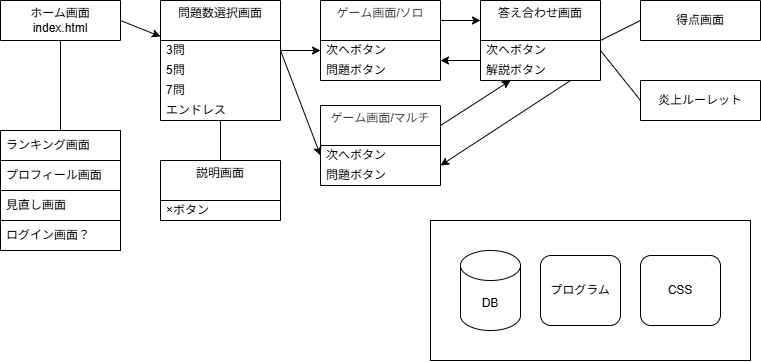
Before: diagram.drawio.png, a diagram exported from draw.io (Mii226-bit/FakeNewsGame). Source tidied: cells renumbered, new cells last; positions are measured from the earlier drawing's top-left corner, leaving out a move shared by most shapes.
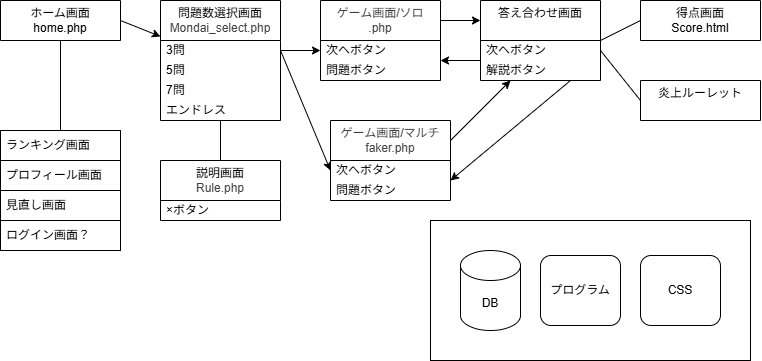
Later version of the same file.

Change to the diagram source:
```diff
@@ -5,10 +5,10 @@
     <mxCell id="2" style="edgeStyle=none;html=1;exitX=1;exitY=0.5;exitDx=0;exitDy=0;fontFamily=Helvetica;fontSize=12;fontColor=default;" parent="1" edge="1" source="3" target="4">
       <mxGeometry relative="1" as="geometry" />
     </mxCell>
-    <mxCell id="3" value="ホーム画面&lt;div&gt;index.html&lt;/div&gt;" style="swimlane;fontStyle=0;horizontal=1;startSize=40;whiteSpace=wrap;html=1;" parent="1" vertex="1" collapsed="1">
+    <mxCell id="3" value="ホーム画面&lt;div&gt;home.php&lt;/div&gt;" style="swimlane;fontStyle=0;horizontal=1;startSize=40;whiteSpace=wrap;html=1;" parent="1" vertex="1" collapsed="1">
       <mxGeometry width="120" height="40" as="geometry" />
     </mxCell>
-    <mxCell id="4" value="問題数選択画面&lt;div style=&quot;color: rgb(63, 63, 63); scrollbar-color: rgb(226, 226, 226) rgb(251, 251, 251);&quot;&gt;&lt;br style=&quot;color: rgb(63, 63, 63); scrollbar-color: rgb(226, 226, 226) rgb(251, 251, 251);&quot;&gt;&lt;/div&gt;" style="swimlane;fontStyle=0;horizontal=1;startSize=40;whiteSpace=wrap;html=1;" parent="1" vertex="1">
+    <mxCell id="4" value="問題数選択画面&lt;div style=&quot;color: rgb(63, 63, 63); scrollbar-color: rgb(226, 226, 226) rgb(251, 251, 251);&quot;&gt;Mondai_select.php&lt;/div&gt;" style="swimlane;fontStyle=0;horizontal=1;startSize=40;whiteSpace=wrap;html=1;" parent="1" vertex="1">
       <mxGeometry x="160" width="120" height="120" as="geometry" />
     </mxCell>
     <mxCell id="5" value="3問" style="text;strokeColor=none;fillColor=none;align=left;verticalAlign=middle;spacingLeft=4;spacingRight=4;overflow=hidden;points=[[0,0.5],[1,0.5]];portConstraint=eastwest;whiteSpace=wrap;html=1;" parent="4" vertex="1">
@@ -23,7 +23,7 @@
     <mxCell id="8" value="エンドレス" style="text;strokeColor=none;fillColor=none;align=left;verticalAlign=middle;spacingLeft=4;spacingRight=4;overflow=hidden;whiteSpace=wrap;html=1;" parent="4" vertex="1">
       <mxGeometry y="100" width="120" height="20" as="geometry" />
     </mxCell>
-    <mxCell id="9" value="説明画面&lt;div style=&quot;color: rgb(63, 63, 63); scrollbar-color: rgb(226, 226, 226) rgb(251, 251, 251);&quot;&gt;&lt;br style=&quot;color: rgb(63, 63, 63); scrollbar-color: rgb(226, 226, 226) rgb(251, 251, 251);&quot;&gt;&lt;/div&gt;" style="swimlane;fontStyle=0;horizontal=1;startSize=40;whiteSpace=wrap;html=1;" parent="1" vertex="1">
+    <mxCell id="9" value="説明画面&lt;div style=&quot;color: rgb(63, 63, 63); scrollbar-color: rgb(226, 226, 226) rgb(251, 251, 251);&quot;&gt;Rule.php&lt;/div&gt;" style="swimlane;fontStyle=0;horizontal=1;startSize=40;whiteSpace=wrap;html=1;" parent="1" vertex="1">
       <mxGeometry x="160" y="160" width="120" height="60" as="geometry" />
     </mxCell>
     <mxCell id="10" value="×ボタン" style="text;strokeColor=none;fillColor=none;align=left;verticalAlign=middle;spacingLeft=4;spacingRight=4;overflow=hidden;whiteSpace=wrap;html=1;" parent="9" vertex="1">
@@ -41,7 +41,7 @@
     <mxCell id="14" value="解説ボタン" style="text;strokeColor=none;fillColor=none;align=left;verticalAlign=middle;spacingLeft=4;spacingRight=4;overflow=hidden;whiteSpace=wrap;html=1;" parent="12" vertex="1">
       <mxGeometry y="60" width="120" height="20" as="geometry" />
     </mxCell>
-    <mxCell id="15" value="&lt;div style=&quot;color: rgb(63, 63, 63); scrollbar-color: rgb(226, 226, 226) rgb(251, 251, 251);&quot;&gt;ゲーム画面/ソロ&lt;div style=&quot;color: rgb(63, 63, 63); scrollbar-color: rgb(226, 226, 226) rgb(251, 251, 251);&quot;&gt;&lt;br style=&quot;color: rgb(63, 63, 63); scrollbar-color: rgb(226, 226, 226) rgb(251, 251, 251);&quot;&gt;&lt;/div&gt;&lt;/div&gt;" style="swimlane;fontStyle=0;horizontal=1;startSize=40;whiteSpace=wrap;html=1;" parent="1" vertex="1">
+    <mxCell id="15" value="&lt;div style=&quot;color: rgb(63, 63, 63); scrollbar-color: rgb(226, 226, 226) rgb(251, 251, 251);&quot;&gt;ゲーム画面/ソロ&lt;div style=&quot;color: rgb(63, 63, 63); scrollbar-color: rgb(226, 226, 226) rgb(251, 251, 251);&quot;&gt;.php&lt;/div&gt;&lt;/div&gt;" style="swimlane;fontStyle=0;horizontal=1;startSize=40;whiteSpace=wrap;html=1;" parent="1" vertex="1">
       <mxGeometry x="320" width="120" height="80" as="geometry" />
     </mxCell>
     <mxCell id="16" value="次へボタン" style="text;strokeColor=none;fillColor=none;align=left;verticalAlign=middle;spacingLeft=4;spacingRight=4;overflow=hidden;points=[[0,0.5],[1,0.5]];portConstraint=eastwest;whiteSpace=wrap;html=1;" parent="15" vertex="1">
@@ -62,10 +62,10 @@
     <mxCell id="21" style="endArrow=none;html=1;fontFamily=Helvetica;fontSize=12;fontColor=default;entryX=0.5;entryY=1;entryDx=0;entryDy=0;exitX=0.5;exitY=0;exitDx=0;exitDy=0;" parent="1" edge="1" source="9" target="4">
       <mxGeometry relative="1" as="geometry" />
     </mxCell>
-    <mxCell id="22" value="&lt;span style=&quot;color: rgb(0, 0, 0);&quot;&gt;炎上ルーレット&lt;/span&gt;" style="swimlane;fontStyle=0;horizontal=1;startSize=40;whiteSpace=wrap;html=1;direction=east;" parent="1" vertex="1">
+    <mxCell id="22" value="&lt;span style=&quot;color: rgb(0, 0, 0);&quot;&gt;炎上ルーレット&lt;/span&gt;&lt;div&gt;&lt;br&gt;&lt;/div&gt;" style="swimlane;fontStyle=0;horizontal=1;startSize=40;whiteSpace=wrap;html=1;direction=east;" parent="1" vertex="1">
       <mxGeometry x="640" y="80" width="120" height="40" as="geometry" />
     </mxCell>
-    <mxCell id="23" value="得点画面" style="swimlane;fontStyle=0;horizontal=1;startSize=40;whiteSpace=wrap;html=1;" parent="1" vertex="1" collapsed="1">
+    <mxCell id="23" value="得点画面&lt;div&gt;Score.html&lt;/div&gt;" style="swimlane;fontStyle=0;horizontal=1;startSize=40;whiteSpace=wrap;html=1;" parent="1" vertex="1" collapsed="1">
       <mxGeometry x="640" width="120" height="40" as="geometry" />
     </mxCell>
     <mxCell id="24" style="endArrow=none;html=1;fontFamily=Helvetica;fontSize=12;fontColor=default;entryX=0;entryY=0.5;entryDx=0;entryDy=0;exitX=1;exitY=0.5;exitDx=0;exitDy=0;" parent="1" edge="1" source="12" target="23">
@@ -101,8 +101,8 @@
     <mxCell id="34" style="edgeStyle=none;html=1;exitX=1;exitY=0.25;exitDx=0;exitDy=0;entryX=0.25;entryY=1;entryDx=0;entryDy=0;fontFamily=Helvetica;fontSize=12;fontColor=default;" parent="1" edge="1" source="35" target="12">
       <mxGeometry relative="1" as="geometry" />
     </mxCell>
-    <mxCell id="35" value="&lt;div style=&quot;color: rgb(63, 63, 63); scrollbar-color: rgb(226, 226, 226) rgb(251, 251, 251);&quot;&gt;ゲーム画面/マルチ&lt;div style=&quot;color: rgb(63, 63, 63); scrollbar-color: rgb(226, 226, 226) rgb(251, 251, 251);&quot;&gt;&lt;br style=&quot;color: rgb(63, 63, 63); scrollbar-color: rgb(226, 226, 226) rgb(251, 251, 251);&quot;&gt;&lt;/div&gt;&lt;/div&gt;" style="swimlane;fontStyle=0;horizontal=1;startSize=40;whiteSpace=wrap;html=1;" parent="1" vertex="1">
-      <mxGeometry x="320" y="105" width="120" height="80" as="geometry" />
+    <mxCell id="35" value="&lt;div style=&quot;color: rgb(63, 63, 63); scrollbar-color: rgb(226, 226, 226) rgb(251, 251, 251);&quot;&gt;ゲーム画面/マルチ&lt;div style=&quot;color: rgb(63, 63, 63); scrollbar-color: rgb(226, 226, 226) rgb(251, 251, 251);&quot;&gt;faker.php&lt;/div&gt;&lt;/div&gt;" style="swimlane;fontStyle=0;horizontal=1;startSize=40;whiteSpace=wrap;html=1;" parent="1" vertex="1">
+      <mxGeometry x="330" y="120" width="120" height="80" as="geometry" />
     </mxCell>
     <mxCell id="36" value="次へボタン" style="text;strokeColor=none;fillColor=none;align=left;verticalAlign=middle;spacingLeft=4;spacingRight=4;overflow=hidden;points=[[0,0.5],[1,0.5]];portConstraint=eastwest;whiteSpace=wrap;html=1;" parent="35" vertex="1">
       <mxGeometry y="40" width="120" height="20" as="geometry" />
```
